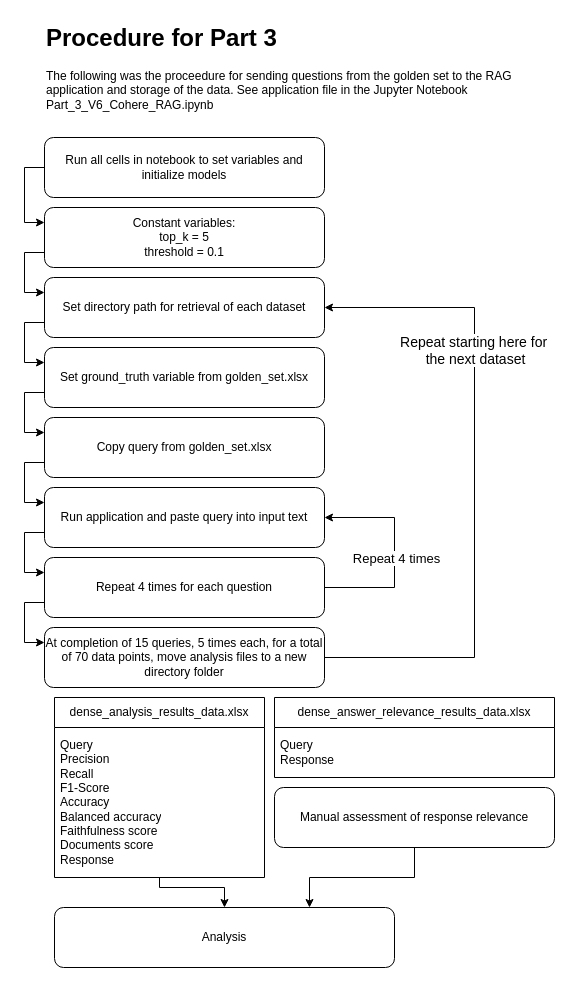
Before: diagrams/Part_3_test_proceedure.drawio in poppy-nicolette/Dissertation, a draw.io diagram. Source tidied: cells renumbered, new cells numbered last; positions are measured from the earlier drawing's top-left corner, leaving out a move shared by most shapes. Both pictures are drawn from the tidied source at 100%, with x=0, y=0 at pixel (44, 17).
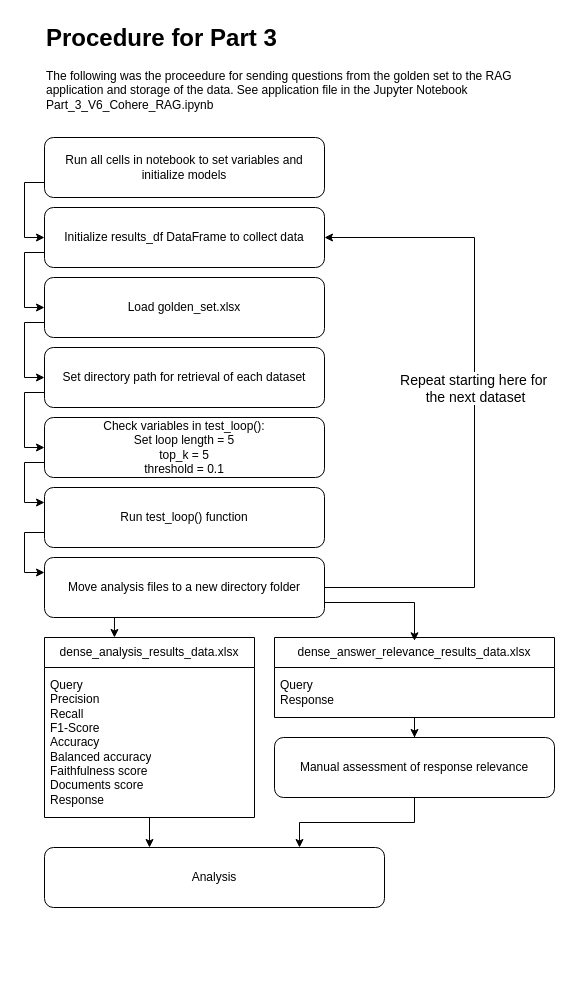
The same diagram, later.

Unchanged cells that the change refers to:
```xml
<mxCell id="2" style="group;" parent="1" vertex="1">
  <mxGeometry width="510" height="950" as="geometry" />
</mxCell>
<mxCell id="5" value="Run all cells in notebook to set variables and initialize models" style="rounded=1;whiteSpace=wrap;html=1;" parent="2" vertex="1">
  <mxGeometry y="120" width="280" height="60" as="geometry" />
</mxCell>
```

Diff of the diagram source:
```diff
@@
-    <mxCell id="4" style="edgeStyle=orthogonalEdgeStyle;rounded=0;jettySize=auto;html=1;exitX=0;exitY=0.5;exitDx=0;exitDy=0;entryX=0;entryY=0.25;entryDx=0;entryDy=0;" parent="2" edge="1" source="5" target="11">
-      <mxGeometry relative="1" as="geometry" />
-    </mxCell>
+    <mxCell id="31" style="edgeStyle=orthogonalEdgeStyle;rounded=0;jettySize=auto;html=1;exitX=0;exitY=0.75;exitDx=0;exitDy=0;entryX=0;entryY=0.5;entryDx=0;entryDy=0;" parent="2" edge="1" source="5" target="36">
+      <mxGeometry relative="1" as="geometry" />
+    </mxCell>
@@
-    <mxCell id="6" style="edgeStyle=orthogonalEdgeStyle;rounded=0;jettySize=auto;html=1;exitX=0;exitY=0.75;exitDx=0;exitDy=0;entryX=0;entryY=0.25;entryDx=0;entryDy=0;" parent="2" edge="1" source="7" target="9">
-      <mxGeometry relative="1" as="geometry" />
-    </mxCell>
+    <mxCell id="32" style="edgeStyle=orthogonalEdgeStyle;rounded=0;jettySize=auto;html=1;exitX=0;exitY=0.75;exitDx=0;exitDy=0;entryX=0;entryY=0.5;entryDx=0;entryDy=0;" parent="2" edge="1" source="7" target="15">
+      <mxGeometry relative="1" as="geometry" />
+    </mxCell>
     <mxCell id="7" value="Set directory path for retrieval of each dataset" style="rounded=1;whiteSpace=wrap;html=1;" parent="2" vertex="1">
-      <mxGeometry y="260" width="280" height="60" as="geometry" />
+      <mxGeometry y="330" width="280" height="60" as="geometry" />
     </mxCell>
-    <mxCell id="8" style="edgeStyle=orthogonalEdgeStyle;rounded=0;jettySize=auto;html=1;exitX=0;exitY=0.75;exitDx=0;exitDy=0;entryX=0;entryY=0.25;entryDx=0;entryDy=0;" parent="2" edge="1" source="9" target="13">
-      <mxGeometry relative="1" as="geometry" />
-    </mxCell>
+    <mxCell id="33" style="edgeStyle=orthogonalEdgeStyle;rounded=0;jettySize=auto;html=1;exitX=0;exitY=0.75;exitDx=0;exitDy=0;entryX=0;entryY=0.5;entryDx=0;entryDy=0;" parent="2" edge="1" source="9" target="7">
+      <mxGeometry relative="1" as="geometry" />
+    </mxCell>
-    <mxCell id="9" value="Set ground_truth variable from golden_set.xlsx" style="rounded=1;whiteSpace=wrap;html=1;" parent="2" vertex="1">
-      <mxGeometry y="330" width="280" height="60" as="geometry" />
+    <mxCell id="9" value="Load golden_set.xlsx" style="rounded=1;whiteSpace=wrap;html=1;" parent="2" vertex="1">
+      <mxGeometry y="260" width="280" height="60" as="geometry" />
     </mxCell>
-    <mxCell id="10" style="edgeStyle=orthogonalEdgeStyle;rounded=0;jettySize=auto;html=1;exitX=0;exitY=0.75;exitDx=0;exitDy=0;entryX=0;entryY=0.25;entryDx=0;entryDy=0;" parent="2" edge="1" source="11" target="7">
-      <mxGeometry relative="1" as="geometry" />
-    </mxCell>
-    <mxCell id="11" value="Constant variables:&lt;div&gt;top_k = 5&lt;/div&gt;&lt;div&gt;threshold = 0.1&lt;/div&gt;" style="rounded=1;whiteSpace=wrap;html=1;" parent="2" vertex="1">
-      <mxGeometry y="190" width="280" height="60" as="geometry" />
-    </mxCell>
-    <mxCell id="12" style="edgeStyle=orthogonalEdgeStyle;rounded=0;jettySize=auto;html=1;exitX=0;exitY=0.75;exitDx=0;exitDy=0;entryX=0;entryY=0.25;entryDx=0;entryDy=0;" parent="2" edge="1" source="13" target="15">
-      <mxGeometry relative="1" as="geometry" />
-    </mxCell>
-    <mxCell id="13" value="Copy query from golden_set.xlsx" style="rounded=1;whiteSpace=wrap;html=1;" parent="2" vertex="1">
-      <mxGeometry y="400" width="280" height="60" as="geometry" />
-    </mxCell>
@@
-    <mxCell id="15" value="Run application and paste query into input text" style="rounded=1;whiteSpace=wrap;html=1;" parent="2" vertex="1">
-      <mxGeometry y="470" width="280" height="60" as="geometry" />
+    <mxCell id="15" value="Check variables in test_loop():&lt;div&gt;Set loop length = 5&lt;/div&gt;&lt;div&gt;&lt;div&gt;top_k = 5&lt;/div&gt;&lt;div&gt;threshold = 0.1&lt;/div&gt;&lt;/div&gt;" style="rounded=1;whiteSpace=wrap;html=1;" parent="2" vertex="1">
+      <mxGeometry y="400" width="280" height="60" as="geometry" />
     </mxCell>
-    <mxCell id="16" style="edgeStyle=orthogonalEdgeStyle;rounded=0;jettySize=auto;html=1;exitX=1;exitY=0.5;exitDx=0;exitDy=0;entryX=1;entryY=0.5;entryDx=0;entryDy=0;" parent="2" edge="1" source="19" target="15">
-      <mxGeometry relative="1" as="geometry">
-        <Array as="points">
-          <mxPoint x="350" y="570" />
-          <mxPoint x="350" y="500" />
-        </Array>
-      </mxGeometry>
-    </mxCell>
-    <mxCell id="17" value="Repeat 4 times" style="edgeLabel;html=1;align=center;verticalAlign=middle;fontSize=13;" parent="16" vertex="1">
-      <mxGeometry x="-0.2" y="-1" relative="1" as="geometry">
-        <mxPoint y="-16" as="offset" />
-      </mxGeometry>
-    </mxCell>
@@
-    <mxCell id="19" value="Repeat 4 times for each question" style="rounded=1;whiteSpace=wrap;html=1;" parent="2" vertex="1">
-      <mxGeometry y="540" width="280" height="60" as="geometry" />
+    <mxCell id="19" value="Run test_loop() function" style="rounded=1;whiteSpace=wrap;html=1;" parent="2" vertex="1">
+      <mxGeometry y="470" width="280" height="60" as="geometry" />
     </mxCell>
-    <mxCell id="20" style="edgeStyle=orthogonalEdgeStyle;rounded=0;jettySize=auto;html=1;exitX=1;exitY=0.5;exitDx=0;exitDy=0;entryX=1;entryY=0.5;entryDx=0;entryDy=0;" parent="2" edge="1" source="22" target="7">
+    <mxCell id="20" style="edgeStyle=orthogonalEdgeStyle;rounded=0;jettySize=auto;html=1;exitX=1;exitY=0.5;exitDx=0;exitDy=0;entryX=1;entryY=0.5;entryDx=0;entryDy=0;" parent="2" edge="1" source="22" target="36">
       <mxGeometry relative="1" as="geometry">
         <Array as="points">
-          <mxPoint x="430" y="640" />
-          <mxPoint x="430" y="290" />
+          <mxPoint x="430" y="570" />
+          <mxPoint x="430" y="220" />
         </Array>
       </mxGeometry>
     </mxCell>
     <mxCell id="21" value="Repeat starting here for&amp;nbsp;&lt;div&gt;the next dataset&lt;/div&gt;" style="edgeLabel;html=1;align=center;verticalAlign=middle;fontSize=14;" parent="20" vertex="1">
       <mxGeometry x="0.06" relative="1" as="geometry">
-        <mxPoint y="-113" as="offset" />
+        <mxPoint y="-5" as="offset" />
       </mxGeometry>
     </mxCell>
-    <mxCell id="22" value="At completion of 15 queries, 5 times each, for a total of 70 data points, move analysis files to a new directory folder" style="rounded=1;whiteSpace=wrap;html=1;" parent="2" vertex="1">
-      <mxGeometry y="610" width="280" height="60" as="geometry" />
+    <mxCell id="22" value="Move analysis files to a new directory folder" style="rounded=1;whiteSpace=wrap;html=1;" parent="2" vertex="1">
+      <mxGeometry y="540" width="280" height="60" as="geometry" />
     </mxCell>
@@
+    <mxCell id="34" style="edgeStyle=orthogonalEdgeStyle;rounded=0;jettySize=auto;html=1;entryX=0.5;entryY=0;entryDx=0;entryDy=0;" parent="2" edge="1" source="26" target="30">
+      <mxGeometry relative="1" as="geometry" />
+    </mxCell>
+    <mxCell id="26" value="dense_answer_relevance_results_data.xlsx" style="swimlane;fontStyle=0;horizontal=1;startSize=30;whiteSpace=wrap;html=1;" parent="2" vertex="1">
+      <mxGeometry x="230" y="620" width="280" height="80" as="geometry" />
+    </mxCell>
+    <mxCell id="27" value="Query&lt;div&gt;Response&lt;/div&gt;" style="text;strokeColor=none;fillColor=none;align=left;verticalAlign=middle;spacingLeft=4;spacingRight=4;overflow=hidden;whiteSpace=wrap;html=1;" parent="26" vertex="1">
+      <mxGeometry y="30" width="280" height="50" as="geometry" />
+    </mxCell>
+    <mxCell id="29" style="edgeStyle=orthogonalEdgeStyle;rounded=0;jettySize=auto;html=1;entryX=0.75;entryY=0;entryDx=0;entryDy=0;" parent="2" edge="1" source="30" target="28">
+      <mxGeometry relative="1" as="geometry" />
+    </mxCell>
+    <mxCell id="35" style="edgeStyle=orthogonalEdgeStyle;rounded=0;jettySize=auto;html=1;exitX=0;exitY=0.75;exitDx=0;exitDy=0;entryX=0;entryY=0.5;entryDx=0;entryDy=0;" parent="2" edge="1" source="36" target="9">
+      <mxGeometry relative="1" as="geometry" />
+    </mxCell>
+    <mxCell id="36" value="Initialize results_df DataFrame to collect data" style="rounded=1;whiteSpace=wrap;html=1;" parent="2" vertex="1">
+      <mxGeometry y="190" width="280" height="60" as="geometry" />
+    </mxCell>
     <mxCell id="24" value="dense_analysis_results_data.xlsx" style="swimlane;fontStyle=0;horizontal=1;startSize=30;whiteSpace=wrap;html=1;" parent="2" vertex="1">
-      <mxGeometry x="10" y="680" width="210" height="180" as="geometry" />
+      <mxGeometry y="620" width="210" height="180" as="geometry" />
     </mxCell>
@@
-    <mxCell id="26" value="dense_answer_relevance_results_data.xlsx" style="swimlane;fontStyle=0;horizontal=1;startSize=30;whiteSpace=wrap;html=1;" parent="2" vertex="1">
-      <mxGeometry x="230" y="680" width="280" height="80" as="geometry" />
-    </mxCell>
-    <mxCell id="27" value="Query&lt;div&gt;Response&lt;/div&gt;" style="text;strokeColor=none;fillColor=none;align=left;verticalAlign=middle;spacingLeft=4;spacingRight=4;overflow=hidden;whiteSpace=wrap;html=1;" parent="26" vertex="1">
-      <mxGeometry y="30" width="280" height="50" as="geometry" />
-    </mxCell>
+    <mxCell id="30" value="Manual assessment of response relevance" style="rounded=1;whiteSpace=wrap;html=1;" parent="2" vertex="1">
+      <mxGeometry x="230" y="720" width="280" height="60" as="geometry" />
+    </mxCell>
     <mxCell id="28" value="Analysis" style="rounded=1;whiteSpace=wrap;html=1;" parent="2" vertex="1">
-      <mxGeometry x="10" y="890" width="340" height="60" as="geometry" />
+      <mxGeometry y="830" width="340" height="60" as="geometry" />
     </mxCell>
-    <mxCell id="29" style="edgeStyle=orthogonalEdgeStyle;rounded=0;jettySize=auto;html=1;entryX=0.75;entryY=0;entryDx=0;entryDy=0;" parent="2" edge="1" source="30" target="28">
-      <mxGeometry relative="1" as="geometry" />
-    </mxCell>
-    <mxCell id="30" value="Manual assessment of response relevance" style="rounded=1;whiteSpace=wrap;html=1;" parent="2" vertex="1">
-      <mxGeometry x="230" y="770" width="280" height="60" as="geometry" />
-    </mxCell>
+    <mxCell id="37" style="edgeStyle=orthogonalEdgeStyle;rounded=0;jettySize=auto;html=1;exitX=0.25;exitY=1;exitDx=0;exitDy=0;entryX=0.333;entryY=0;entryDx=0;entryDy=0;entryPerimeter=0;" parent="2" edge="1" source="22" target="24">
+      <mxGeometry relative="1" as="geometry" />
+    </mxCell>
+    <mxCell id="38" style="edgeStyle=orthogonalEdgeStyle;rounded=0;jettySize=auto;html=1;exitX=1;exitY=0.75;exitDx=0;exitDy=0;entryX=0.5;entryY=0.041;entryDx=0;entryDy=0;entryPerimeter=0;" parent="2" edge="1" source="22" target="26">
+      <mxGeometry relative="1" as="geometry" />
+    </mxCell>
```
